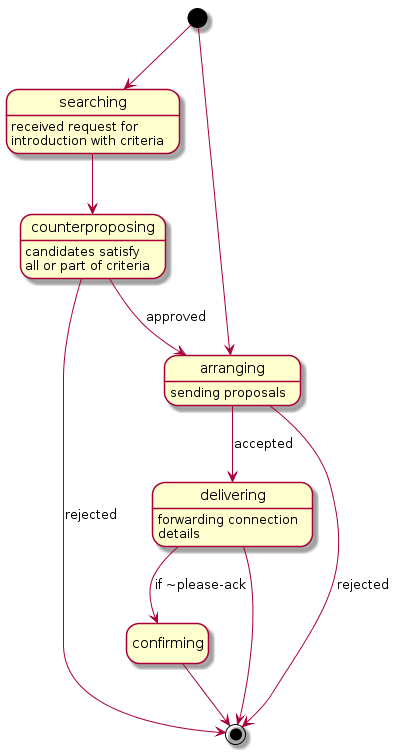
The PlantUML diagram features/0028-introduce/states-introducer.png in hyperledger/aries-rfcs, before a commit.
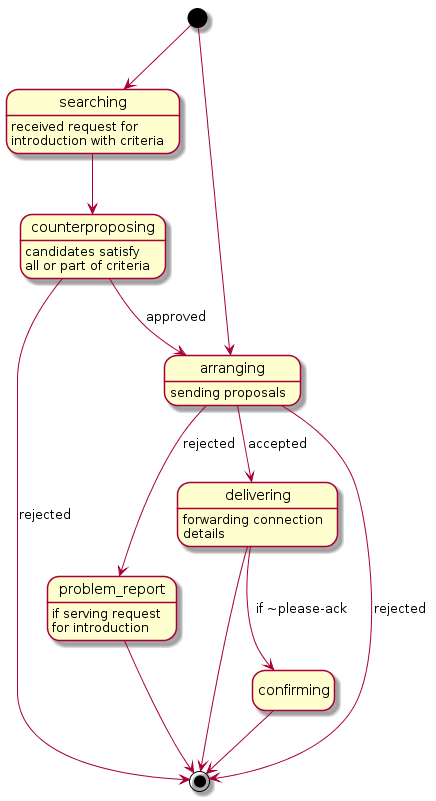
After the commit.

Commit message:
(#99) Add selection criteria to RFC 0028

As per PR review:

* Add error state to introducer

Diff of the diagram source:
```diff
@@ -11,6 +11,10 @@
 [*] --> arranging
 arranging : sending proposals
 arranging --> [*] : rejected
+arranging --> problem_report : rejected
+problem_report : if serving request
+problem_report : for introduction
+problem_report --> [*]
 arranging --> delivering : accepted
 delivering : forwarding connection
 delivering : details
```
